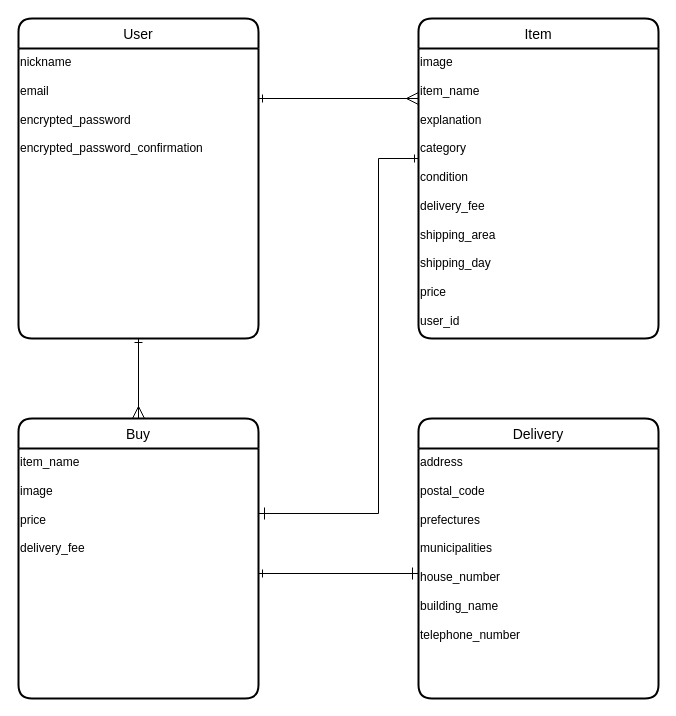
Above: test.dio in ke1sukehsgw/furima-36492 (draw.io), before the change. Source tidied: cells renumbered, new cells numbered last; positions are measured from the earlier drawing's top-left corner, leaving out a move shared by most shapes. Both pictures are drawn from the tidied source at 100%, with x=0, y=0 at pixel (18, 18).
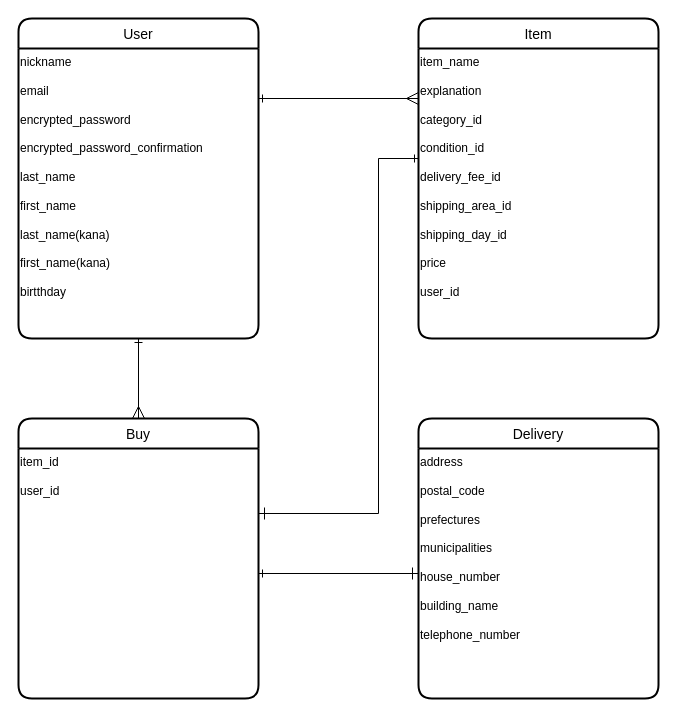
The same diagram, later.

What changed in the source:
```diff
@@
 <mxGraphModel>
   <root>
     <mxCell id="0" />
     <mxCell id="1" parent="0" />
     <mxCell id="2" value="User" style="swimlane;horizontal=1;startSize=30;rounded=1;fontSize=14;fontStyle=0;strokeWidth=2;shadow=0;dashed=0;align=center;" parent="1" vertex="1">
       <mxGeometry width="240" height="320" as="geometry" />
     </mxCell>
-    <mxCell id="3" value="nickname&lt;br&gt;&lt;br&gt;email&lt;br&gt;&lt;br&gt;encrypted_password&lt;br&gt;&lt;br&gt;encrypted_password_confirmation" style="text;html=1;align=left;verticalAlign=top;points=[];strokeColor=none;" parent="2" vertex="1">
+    <mxCell id="3" value="nickname&lt;br&gt;&lt;br&gt;email&lt;br&gt;&lt;br&gt;encrypted_password&lt;br&gt;&lt;br&gt;encrypted_password_confirmation&lt;br&gt;&lt;br&gt;last_name&lt;br&gt;&lt;br&gt;first_name&lt;br&gt;&lt;br&gt;last_name(kana)&lt;br&gt;&lt;br&gt;first_name(kana)&lt;br&gt;&lt;br&gt;birtthday" style="text;html=1;align=left;verticalAlign=top;points=[];strokeColor=none;" parent="2" vertex="1">
       <mxGeometry y="30" width="240" height="290" as="geometry" />
     </mxCell>
     <mxCell id="4" style="edgeStyle=orthogonalEdgeStyle;rounded=0;jettySize=auto;html=1;entryX=1;entryY=0.26;entryDx=0;entryDy=0;entryPerimeter=0;endArrow=ERone;endFill=0;endSize=10;startArrow=ERone;startFill=0;" parent="1" edge="1" source="5" target="8">
       <mxGeometry relative="1" as="geometry">
         <Array as="points">
           <mxPoint x="360" y="140" />
           <mxPoint x="360" y="495" />
         </Array>
       </mxGeometry>
     </mxCell>
     <mxCell id="5" value="Item" style="swimlane;horizontal=1;startSize=30;rounded=1;fontSize=14;fontStyle=0;strokeWidth=2;shadow=0;dashed=0;align=center;" parent="1" vertex="1">
       <mxGeometry x="400" width="240" height="320" as="geometry" />
     </mxCell>
-    <mxCell id="6" value="image&lt;br&gt;&lt;br&gt;item_name&lt;br&gt;&lt;br&gt;explanation&lt;br&gt;&lt;br&gt;category&lt;br&gt;&lt;br&gt;condition&lt;br&gt;&lt;br&gt;delivery_fee&lt;br&gt;&lt;br&gt;shipping_area&lt;br&gt;&lt;br&gt;shipping_day&lt;br&gt;&lt;br&gt;price&lt;br&gt;&lt;br&gt;user_id" style="text;html=1;align=left;verticalAlign=top;strokeColor=none;" parent="5" vertex="1">
+    <mxCell id="6" value="item_name&lt;br&gt;&lt;br&gt;explanation&lt;br&gt;&lt;br&gt;category_id&lt;br&gt;&lt;br&gt;condition_id&lt;br&gt;&lt;br&gt;delivery_fee_id&lt;br&gt;&lt;br&gt;shipping_area_id&lt;br&gt;&lt;br&gt;shipping_day_id&lt;br&gt;&lt;br&gt;price&lt;br&gt;&lt;br&gt;user_id" style="text;html=1;align=left;verticalAlign=top;strokeColor=none;" parent="5" vertex="1">
       <mxGeometry y="30" width="240" height="290" as="geometry" />
     </mxCell>
     <mxCell id="7" value="Buy" style="swimlane;horizontal=1;startSize=30;rounded=1;fontSize=14;fontStyle=0;strokeWidth=2;shadow=0;dashed=0;align=center;" parent="1" vertex="1">
       <mxGeometry y="400" width="240" height="280" as="geometry" />
     </mxCell>
-    <mxCell id="8" value="item_name&lt;br&gt;&lt;br&gt;image&lt;br&gt;&lt;br&gt;price&lt;br&gt;&lt;br&gt;delivery_fee" style="text;html=1;align=left;verticalAlign=top;points=[];strokeColor=none;" parent="7" vertex="1">
+    <mxCell id="8" value="item_id&lt;br&gt;&lt;br&gt;user_id&lt;br&gt;&lt;br&gt;" style="text;html=1;align=left;verticalAlign=top;points=[];strokeColor=none;" parent="7" vertex="1">
       <mxGeometry y="30" width="240" height="250" as="geometry" />
     </mxCell>
     <mxCell id="9" value="Delivery" style="swimlane;horizontal=1;startSize=30;rounded=1;fontSize=14;fontStyle=0;strokeWidth=2;shadow=0;dashed=0;align=center;" parent="1" vertex="1">
       <mxGeometry x="400" y="400" width="240" height="280" as="geometry" />
     </mxCell>
     <mxCell id="10" value="address&lt;br&gt;&lt;br&gt;postal_code&lt;br&gt;&lt;br&gt;prefectures&lt;br&gt;&lt;br&gt;municipalities&lt;br&gt;&lt;br&gt;house_number&lt;br&gt;&lt;br&gt;building_name&lt;br&gt;&lt;br&gt;telephone_number" style="text;html=1;align=left;verticalAlign=top;points=[];strokeColor=none;" parent="9" vertex="1">
       <mxGeometry y="30" width="240" height="250" as="geometry" />
     </mxCell>
     <mxCell id="11" style="edgeStyle=orthogonalEdgeStyle;rounded=0;jettySize=auto;html=1;entryX=0.5;entryY=0;entryDx=0;entryDy=0;endArrow=ERmany;endFill=0;endSize=10;startArrow=ERone;startFill=0;" parent="1" edge="1" source="3" target="7">
       <mxGeometry relative="1" as="geometry" />
     </mxCell>
     <mxCell id="12" style="edgeStyle=orthogonalEdgeStyle;rounded=0;jettySize=auto;html=1;endArrow=ERone;endFill=0;endSize=10;startArrow=ERone;startFill=0;" parent="1" edge="1" source="8" target="10">
       <mxGeometry relative="1" as="geometry" />
     </mxCell>
     <mxCell id="13" style="edgeStyle=orthogonalEdgeStyle;rounded=0;jettySize=auto;html=1;endArrow=ERmany;endFill=0;endSize=10;startArrow=ERone;startFill=0;" parent="1" edge="1" source="3">
       <mxGeometry relative="1" as="geometry">
         <mxPoint x="400" y="80" as="targetPoint" />
         <Array as="points">
           <mxPoint x="400" y="80" />
         </Array>
       </mxGeometry>
     </mxCell>
   </root>
 </mxGraphModel>
```
